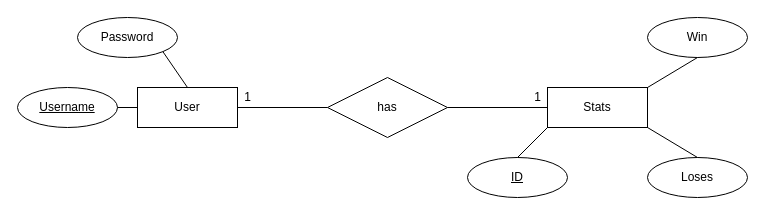
Before: ER-Diagram.drawio in MarcusBou/KortKlubben, a draw.io diagram. Source tidied: cells renumbered, new cells numbered last; positions are measured from the earlier drawing's top-left corner, leaving out a move shared by most shapes. Both pictures are drawn from the tidied source at 100%, with x=0, y=0 at pixel (17, 17).
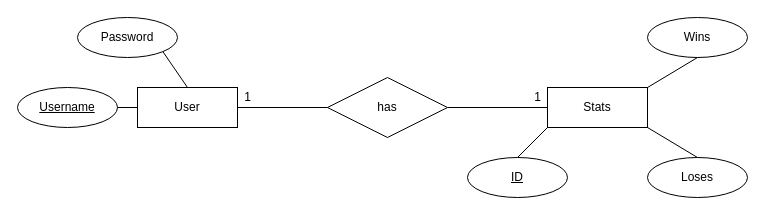
After the change.

Commit message (it also covers changes not shown here):
Weeweqenafiubsfpiasaspidfbgwiåfubasidbnwubgawfobawpyig

The edit, as a diff of the source:
```diff
@@
 <mxGraphModel>
   <root>
     <mxCell id="0" />
     <mxCell id="1" parent="0" />
     <mxCell id="2" value="User" style="whiteSpace=wrap;html=1;align=center;" parent="1" vertex="1">
       <mxGeometry x="120" y="70" width="100" height="40" as="geometry" />
     </mxCell>
     <mxCell id="3" value="Username" style="ellipse;whiteSpace=wrap;html=1;align=center;fontStyle=4;" parent="1" vertex="1">
       <mxGeometry y="70" width="100" height="40" as="geometry" />
     </mxCell>
     <mxCell id="4" style="endArrow=none;html=1;rounded=0;exitX=1;exitY=0.5;exitDx=0;exitDy=0;entryX=0;entryY=0.5;entryDx=0;entryDy=0;" parent="1" edge="1" source="3" target="2">
       <mxGeometry relative="1" as="geometry" />
     </mxCell>
     <mxCell id="5" value="Password" style="ellipse;whiteSpace=wrap;html=1;align=center;" parent="1" vertex="1">
       <mxGeometry x="60" width="100" height="40" as="geometry" />
     </mxCell>
     <mxCell id="6" style="endArrow=none;html=1;rounded=0;exitX=1;exitY=1;exitDx=0;exitDy=0;entryX=0.5;entryY=0;entryDx=0;entryDy=0;" parent="1" edge="1" source="5" target="2">
       <mxGeometry relative="1" as="geometry" />
     </mxCell>
     <mxCell id="7" value="Stats" style="whiteSpace=wrap;html=1;align=center;" parent="1" vertex="1">
       <mxGeometry x="530" y="70" width="100" height="40" as="geometry" />
     </mxCell>
-    <mxCell id="8" value="Win" style="ellipse;whiteSpace=wrap;html=1;align=center;" parent="1" vertex="1">
+    <mxCell id="8" value="Wins" style="ellipse;whiteSpace=wrap;html=1;align=center;" parent="1" vertex="1">
       <mxGeometry x="630" width="100" height="40" as="geometry" />
     </mxCell>
     <mxCell id="9" value="Loses" style="ellipse;whiteSpace=wrap;html=1;align=center;" parent="1" vertex="1">
       <mxGeometry x="630" y="140" width="100" height="40" as="geometry" />
     </mxCell>
     <mxCell id="10" value="ID" style="ellipse;whiteSpace=wrap;html=1;align=center;fontStyle=4;" parent="1" vertex="1">
       <mxGeometry x="450" y="140" width="100" height="40" as="geometry" />
     </mxCell>
     <mxCell id="11" style="endArrow=none;html=1;rounded=0;exitX=0.5;exitY=0;exitDx=0;exitDy=0;entryX=0;entryY=1;entryDx=0;entryDy=0;" parent="1" edge="1" source="10" target="7">
       <mxGeometry relative="1" as="geometry" />
     </mxCell>
     <mxCell id="12" style="endArrow=none;html=1;rounded=0;exitX=0.5;exitY=1;exitDx=0;exitDy=0;entryX=1;entryY=0;entryDx=0;entryDy=0;" parent="1" edge="1" source="8" target="7">
       <mxGeometry relative="1" as="geometry" />
     </mxCell>
     <mxCell id="13" style="endArrow=none;html=1;rounded=0;exitX=0.5;exitY=0;exitDx=0;exitDy=0;entryX=1;entryY=1;entryDx=0;entryDy=0;" parent="1" edge="1" source="9" target="7">
       <mxGeometry relative="1" as="geometry" />
     </mxCell>
     <mxCell id="14" value="has" style="shape=rhombus;perimeter=rhombusPerimeter;whiteSpace=wrap;html=1;align=center;" parent="1" vertex="1">
       <mxGeometry x="310" y="60" width="120" height="60" as="geometry" />
     </mxCell>
     <mxCell id="15" style="endArrow=none;html=1;rounded=0;exitX=1;exitY=0.5;exitDx=0;exitDy=0;" parent="1" edge="1" source="2" target="14">
       <mxGeometry relative="1" as="geometry" />
     </mxCell>
     <mxCell id="16" style="endArrow=none;html=1;rounded=0;exitX=1;exitY=0.5;exitDx=0;exitDy=0;entryX=0;entryY=0.5;entryDx=0;entryDy=0;" parent="1" edge="1" source="14" target="7">
       <mxGeometry relative="1" as="geometry" />
     </mxCell>
     <mxCell id="17" value="1" style="text;html=1;align=center;verticalAlign=middle;strokeColor=none;" parent="1" vertex="1">
       <mxGeometry x="510" y="70" width="20" height="20" as="geometry" />
     </mxCell>
     <mxCell id="18" value="1" style="text;html=1;align=center;verticalAlign=middle;strokeColor=none;" parent="1" vertex="1">
       <mxGeometry x="220" y="70" width="20" height="20" as="geometry" />
     </mxCell>
   </root>
 </mxGraphModel>
```
